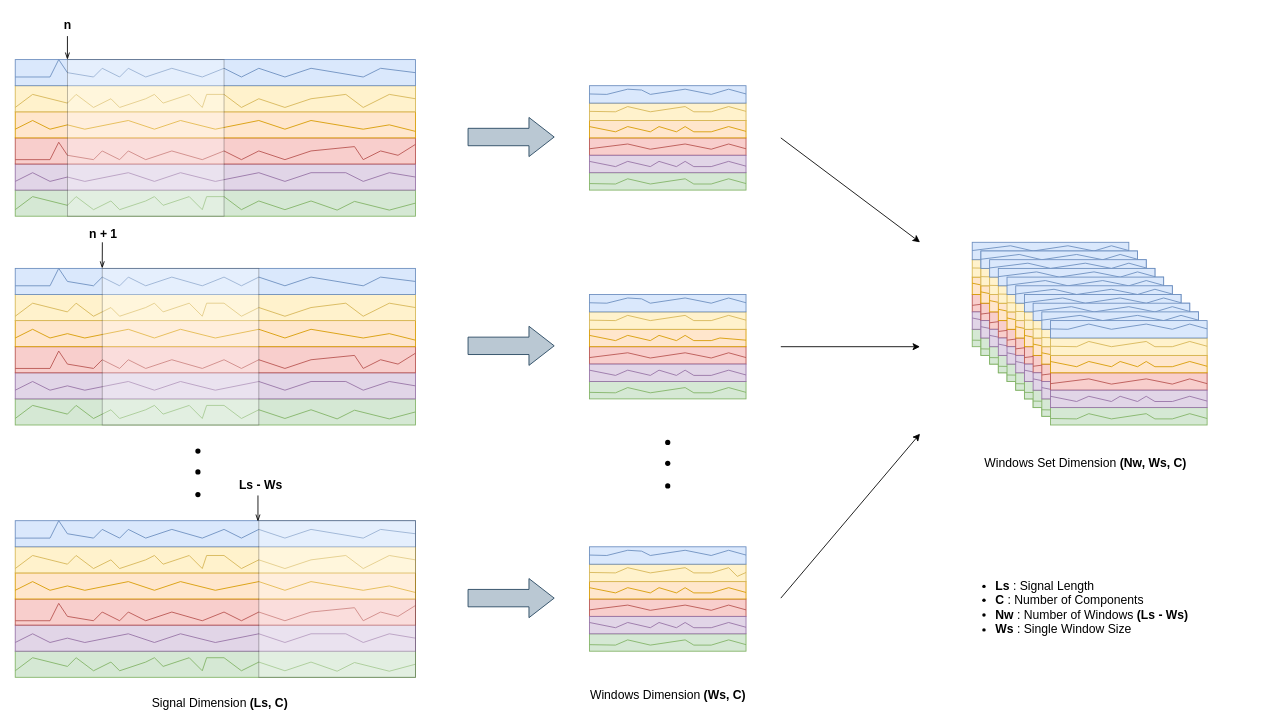
Before: Ventanas.drawio in carflogar11/prueba, a draw.io diagram. Source tidied: cells renumbered, new cells numbered last; positions are measured from the earlier drawing's top-left corner, leaving out a move shared by most shapes. Both pictures are drawn from the tidied source at 87%, with x=0, y=0 at pixel (15, 16).
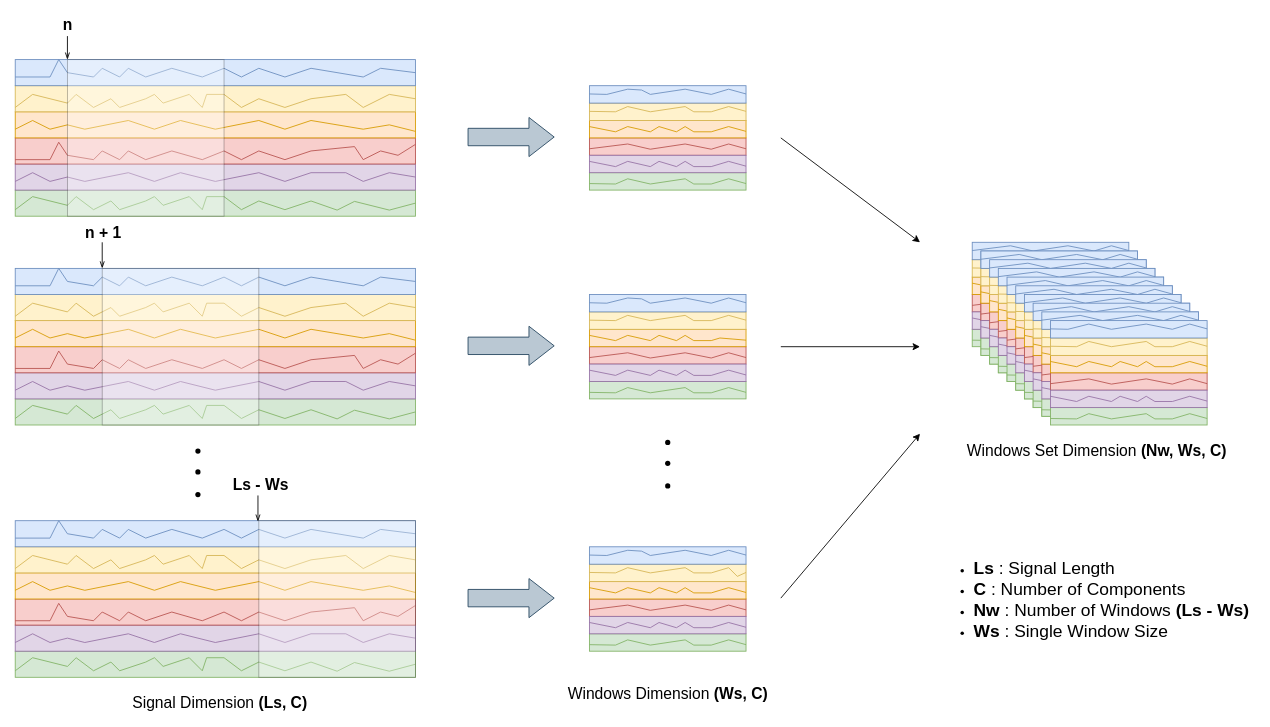
Above is the later version.

What changed in the source:
```diff
@@
-    <mxCell id="8" value="&lt;font style=&quot;font-size: 14px&quot;&gt;Signal Dimension&lt;b&gt; (Ls, C)&lt;/b&gt;&lt;/font&gt;" style="text;html=1;align=center;verticalAlign=middle;strokeColor=none;fillColor=none;" parent="1" vertex="1">
-      <mxGeometry x="150" y="780" width="170" height="20" as="geometry" />
+    <mxCell id="8" value="&lt;font style=&quot;font-size: 18px&quot;&gt;Signal Dimension&lt;b&gt; (Ls, C)&lt;/b&gt;&lt;/font&gt;" style="text;html=1;align=center;verticalAlign=middle;strokeColor=none;fillColor=none;" parent="1" vertex="1">
+      <mxGeometry x="125" y="780" width="220" height="20" as="geometry" />
     </mxCell>
@@
-    <mxCell id="124" value="Windows Dimension &lt;b&gt;(Ws, C)&lt;/b&gt;" style="text;html=1;align=center;verticalAlign=middle;strokeColor=none;fillColor=none;fontSize=14;" parent="1" vertex="1">
-      <mxGeometry x="655" y="770" width="190" height="20" as="geometry" />
+    <mxCell id="124" value="&lt;font style=&quot;font-size: 18px&quot;&gt;Windows Dimension &lt;b&gt;(Ws, C)&lt;/b&gt;&lt;/font&gt;" style="text;html=1;align=center;verticalAlign=middle;strokeColor=none;fillColor=none;fontSize=14;" parent="1" vertex="1">
+      <mxGeometry x="625" y="770" width="250" height="20" as="geometry" />
     </mxCell>
@@
-    <mxCell id="233" value="&lt;ul&gt;&lt;li&gt;&lt;b&gt;Ls&lt;/b&gt; : Signal Length&lt;br&gt;&lt;/li&gt;&lt;li&gt;&lt;b&gt;C&lt;/b&gt; : Number of Components&lt;br&gt;&lt;/li&gt;&lt;li&gt;&lt;b&gt;Nw&lt;/b&gt; : Number of Windows &lt;b&gt;(Ls - Ws)&lt;/b&gt;&lt;br&gt;&lt;/li&gt;&lt;li&gt;&lt;b&gt;Ws &lt;/b&gt;: Single Window Size&lt;br&gt;&lt;/li&gt;&lt;/ul&gt;" style="text;strokeColor=none;fillColor=none;html=1;whiteSpace=wrap;verticalAlign=middle;overflow=hidden;fontSize=14;" parent="1" vertex="1">
-      <mxGeometry x="1085" y="630" width="280" height="90" as="geometry" />
+    <mxCell id="233" value="&lt;ul&gt;&lt;li&gt;&lt;font style=&quot;font-size: 20px&quot;&gt;&lt;b&gt;Ls&lt;/b&gt; : Signal Length&lt;br&gt;&lt;/font&gt;&lt;/li&gt;&lt;li&gt;&lt;font style=&quot;font-size: 20px&quot;&gt;&lt;b&gt;C&lt;/b&gt; : Number of Components&lt;br&gt;&lt;/font&gt;&lt;/li&gt;&lt;li&gt;&lt;font style=&quot;font-size: 20px&quot;&gt;&lt;b&gt;Nw&lt;/b&gt; : Number of Windows &lt;b&gt;(Ls - Ws)&lt;/b&gt;&lt;br&gt;&lt;/font&gt;&lt;/li&gt;&lt;li&gt;&lt;font style=&quot;font-size: 20px&quot;&gt;&lt;b&gt;Ws &lt;/b&gt;: Single Window Size&lt;br&gt;&lt;/font&gt;&lt;/li&gt;&lt;/ul&gt;" style="text;strokeColor=none;fillColor=none;html=1;whiteSpace=wrap;verticalAlign=middle;overflow=hidden;fontSize=14;" parent="1" vertex="1">
+      <mxGeometry x="1060" y="585" width="365" height="170" as="geometry" />
     </mxCell>
@@
-    <mxCell id="263" value="&lt;b&gt;n&lt;/b&gt;" style="text;html=1;align=center;verticalAlign=middle;points=[];strokeColor=none;fillColor=none;fontSize=14;" parent="1" vertex="1">
-      <mxGeometry x="50" width="20" height="20" as="geometry" />
+    <mxCell id="263" value="&lt;font style=&quot;font-size: 18px&quot;&gt;&lt;b&gt;n&lt;/b&gt;&lt;/font&gt;" style="text;html=1;align=center;verticalAlign=middle;points=[];strokeColor=none;fillColor=none;fontSize=14;" parent="1" vertex="1">
+      <mxGeometry x="45" width="30" height="20" as="geometry" />
     </mxCell>
-    <mxCell id="264" value="&lt;b&gt;&lt;font style=&quot;font-size: 14px&quot;&gt;n + 1&lt;/font&gt;&lt;/b&gt;" style="text;html=1;align=center;verticalAlign=middle;points=[];strokeColor=none;fillColor=none;fontSize=14;" parent="1" vertex="1">
-      <mxGeometry x="76" y="240" width="50" height="20" as="geometry" />
+    <mxCell id="264" value="&lt;b&gt;&lt;font style=&quot;font-size: 18px&quot;&gt;n + 1&lt;/font&gt;&lt;/b&gt;" style="text;html=1;align=center;verticalAlign=middle;points=[];strokeColor=none;fillColor=none;fontSize=14;" parent="1" vertex="1">
+      <mxGeometry x="71" y="240" width="60" height="20" as="geometry" />
     </mxCell>
-    <mxCell id="265" value="&lt;font style=&quot;font-size: 14px&quot;&gt;&lt;b&gt;Ls - Ws&lt;/b&gt;&lt;/font&gt;" style="text;html=1;align=center;verticalAlign=middle;strokeColor=none;fillColor=none;fontSize=14;" parent="1" vertex="1">
-      <mxGeometry x="247" y="529" width="70" height="20" as="geometry" />
+    <mxCell id="265" value="&lt;font style=&quot;font-size: 18px&quot;&gt;&lt;b&gt;Ls - Ws&lt;/b&gt;&lt;/font&gt;" style="text;html=1;align=center;verticalAlign=middle;strokeColor=none;fillColor=none;fontSize=14;" parent="1" vertex="1">
+      <mxGeometry x="242" y="529" width="80" height="20" as="geometry" />
     </mxCell>
@@
-    <mxCell id="311" value="Windows Set Dimension &lt;b&gt;(Nw, Ws, C)&lt;/b&gt;" style="text;html=1;align=center;verticalAlign=middle;strokeColor=none;fillColor=none;fontSize=14;" parent="1" vertex="1">
-      <mxGeometry x="1105" y="504" width="250" height="20" as="geometry" />
+    <mxCell id="311" value="&lt;font style=&quot;font-size: 18px&quot;&gt;Windows Set Dimension &lt;b&gt;(Nw, Ws, C)&lt;/b&gt;&lt;/font&gt;" style="text;html=1;align=center;verticalAlign=middle;strokeColor=none;fillColor=none;fontSize=14;" parent="1" vertex="1">
+      <mxGeometry x="1087.5" y="490" width="310" height="20" as="geometry" />
     </mxCell>
```
